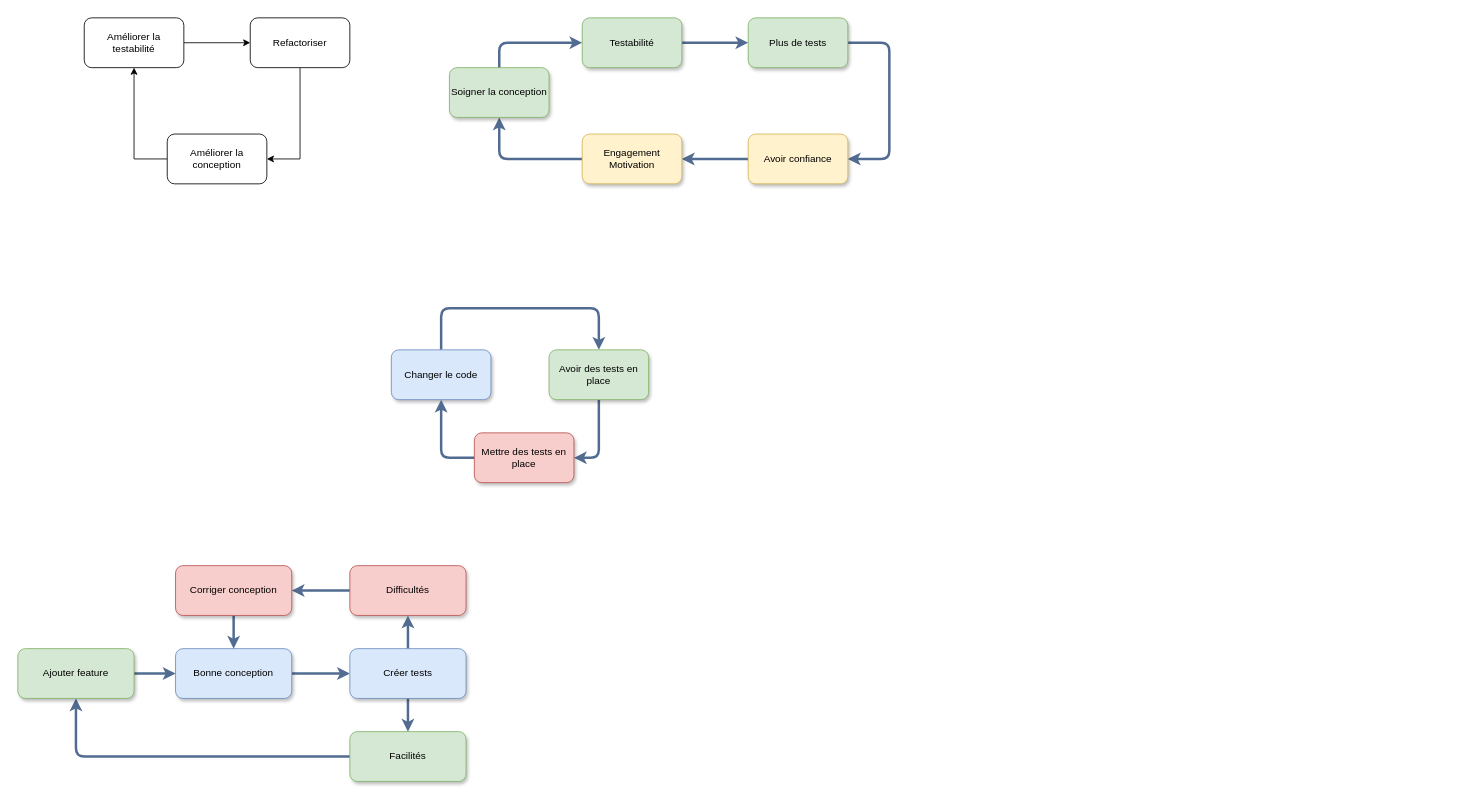
Above: page "cercle" (2 of 7) of drawio/testability.drawio in Envol2023/refactoring (draw.io), before the change. Source tidied: cells renumbered, new cells numbered last; positions are measured from the earlier drawing's top-left corner, leaving out a move shared by most shapes. Both pictures are drawn from the tidied source at 83%, with x=0, y=0 at pixel (17, 17).
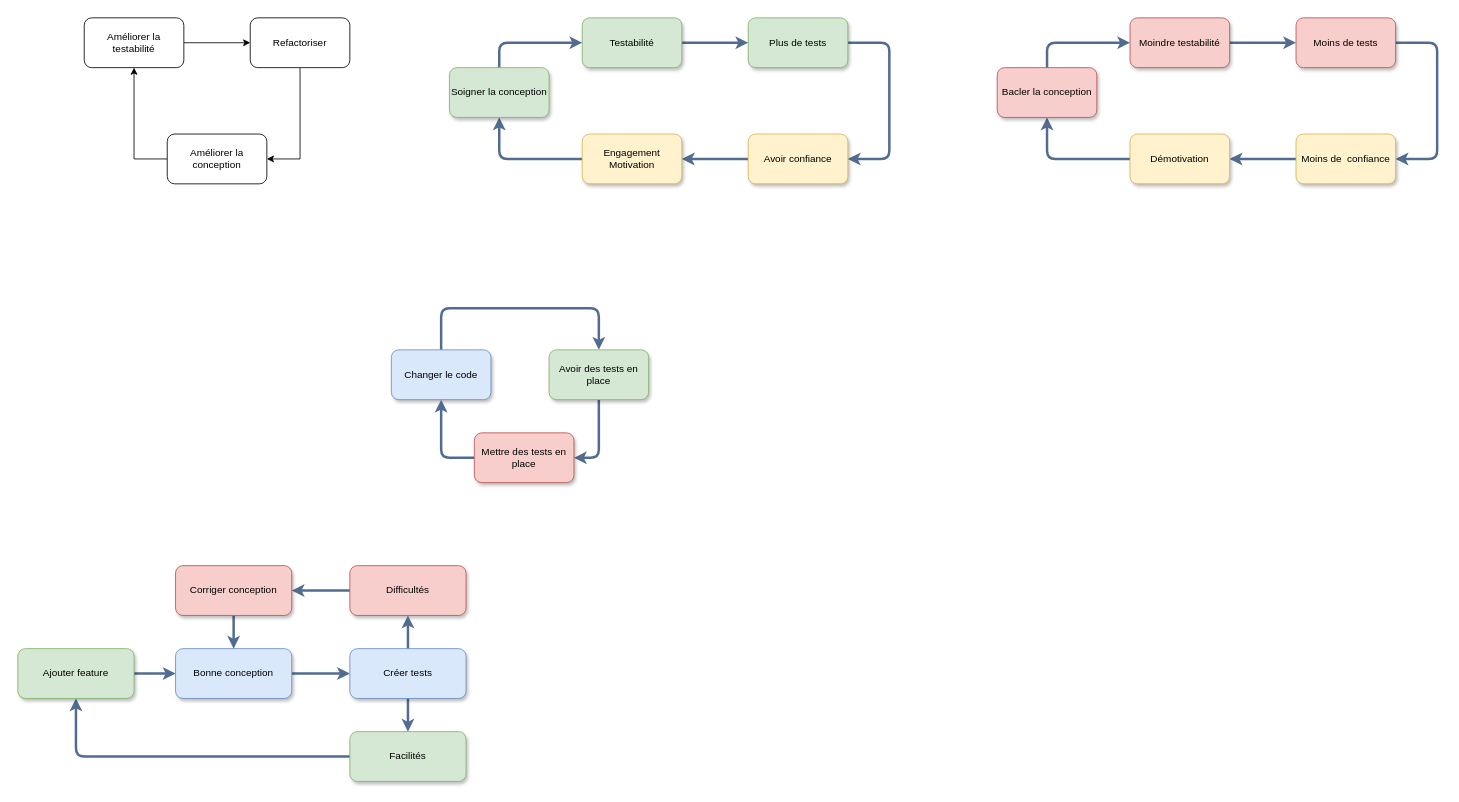
Above is the later version.

Diff of the diagram source:
```diff
@@
+    <mxCell id="37" style="edgeStyle=orthogonalEdgeStyle;rounded=1;jettySize=auto;html=1;fontFamily=Helvetica;strokeColor=#526C91;strokeWidth=3;" parent="1" edge="1" source="38" target="40">
+      <mxGeometry relative="1" as="geometry" />
+    </mxCell>
+    <mxCell id="38" value="Moindre testabilité" style="rounded=1;whiteSpace=wrap;html=1;shadow=1;fontFamily=Helvetica;fillColor=#f8cecc;strokeColor=#b85450;" parent="1" vertex="1">
+      <mxGeometry x="1340" width="120" height="60" as="geometry" />
+    </mxCell>
+    <mxCell id="39" style="edgeStyle=orthogonalEdgeStyle;rounded=1;jettySize=auto;html=1;fontFamily=Helvetica;strokeColor=#526C91;strokeWidth=3;exitX=1;exitY=0.5;exitDx=0;exitDy=0;entryX=1;entryY=0.5;entryDx=0;entryDy=0;" parent="1" edge="1" source="40" target="42">
+      <mxGeometry relative="1" as="geometry">
+        <Array as="points">
+          <mxPoint x="1710" y="30" />
+          <mxPoint x="1710" y="170" />
+        </Array>
+      </mxGeometry>
+    </mxCell>
+    <mxCell id="40" value="Moins de tests" style="rounded=1;whiteSpace=wrap;html=1;shadow=1;fontFamily=Helvetica;fillColor=#f8cecc;strokeColor=#b85450;" parent="1" vertex="1">
+      <mxGeometry x="1540" width="120" height="60" as="geometry" />
+    </mxCell>
+    <mxCell id="41" style="edgeStyle=orthogonalEdgeStyle;rounded=1;jettySize=auto;html=1;fontFamily=Helvetica;strokeColor=#526C91;strokeWidth=3;" parent="1" edge="1" source="42" target="44">
+      <mxGeometry relative="1" as="geometry" />
+    </mxCell>
+    <mxCell id="42" value="Moins de&amp;nbsp; confiance" style="rounded=1;whiteSpace=wrap;html=1;shadow=1;fontFamily=Helvetica;fillColor=#fff2cc;strokeColor=#d6b656;" parent="1" vertex="1">
+      <mxGeometry x="1540" y="140" width="120" height="60" as="geometry" />
+    </mxCell>
+    <mxCell id="43" style="edgeStyle=orthogonalEdgeStyle;rounded=1;jettySize=auto;html=1;entryX=0.5;entryY=1;entryDx=0;entryDy=0;fontFamily=Helvetica;strokeColor=#526C91;strokeWidth=3;" parent="1" edge="1" source="44" target="46">
+      <mxGeometry relative="1" as="geometry" />
+    </mxCell>
+    <mxCell id="44" value="Démotivation" style="rounded=1;whiteSpace=wrap;html=1;shadow=1;fontFamily=Helvetica;fillColor=#fff2cc;strokeColor=#d6b656;" parent="1" vertex="1">
+      <mxGeometry x="1340" y="140" width="120" height="60" as="geometry" />
+    </mxCell>
+    <mxCell id="45" style="edgeStyle=orthogonalEdgeStyle;rounded=1;jettySize=auto;html=1;entryX=0;entryY=0.5;entryDx=0;entryDy=0;fontFamily=Helvetica;strokeColor=#526C91;strokeWidth=3;exitX=0.5;exitY=0;exitDx=0;exitDy=0;" parent="1" edge="1" source="46" target="38">
+      <mxGeometry relative="1" as="geometry" />
+    </mxCell>
+    <mxCell id="46" value="Bacler la conception" style="rounded=1;whiteSpace=wrap;html=1;shadow=1;fontFamily=Helvetica;fillColor=#f8cecc;strokeColor=#b85450;" parent="1" vertex="1">
+      <mxGeometry x="1180" y="60" width="120" height="60" as="geometry" />
+    </mxCell>
```
